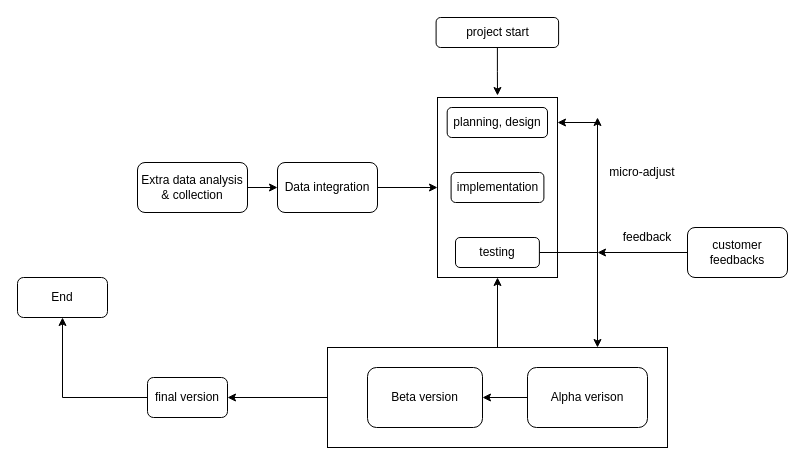
Above: diagram_process.drawio in kennylou00/software_project (draw.io), before the change. Source tidied: cells renumbered, new cells numbered last; positions are measured from the earlier drawing's top-left corner, leaving out a move shared by most shapes. Both pictures are drawn from the tidied source at 100%, with x=0, y=0 at pixel (17, 17).
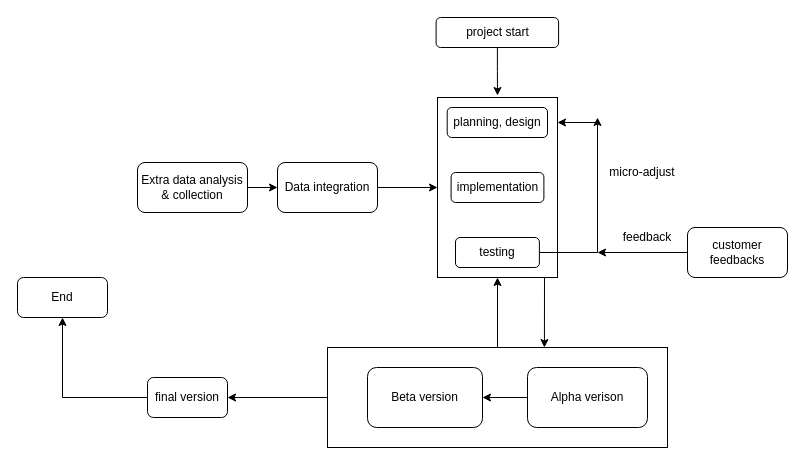
The same page after the edit.

The change refers to these unchanged cells:
```xml
<mxCell id="21" style="rounded=0;whiteSpace=wrap;html=1;" parent="1" vertex="1">
  <mxGeometry x="310" y="330" width="340" height="100" as="geometry" />
</mxCell>
```

Diff of the diagram source:
```diff
@@
-    <mxCell id="16" style="endArrow=classic;html=1;" parent="1" edge="1">
-      <mxGeometry relative="1" as="geometry">
-        <mxPoint x="580" y="230" as="sourcePoint" />
-        <mxPoint x="580" y="330" as="targetPoint" />
-      </mxGeometry>
-    </mxCell>
@@
+    <mxCell id="28" style="endArrow=classic;html=1;entryX=0.638;entryY=0;entryDx=0;entryDy=0;entryPerimeter=0;" parent="1" edge="1" target="21">
+      <mxGeometry relative="1" as="geometry">
+        <mxPoint x="527" y="260" as="sourcePoint" />
+      </mxGeometry>
+    </mxCell>
```
